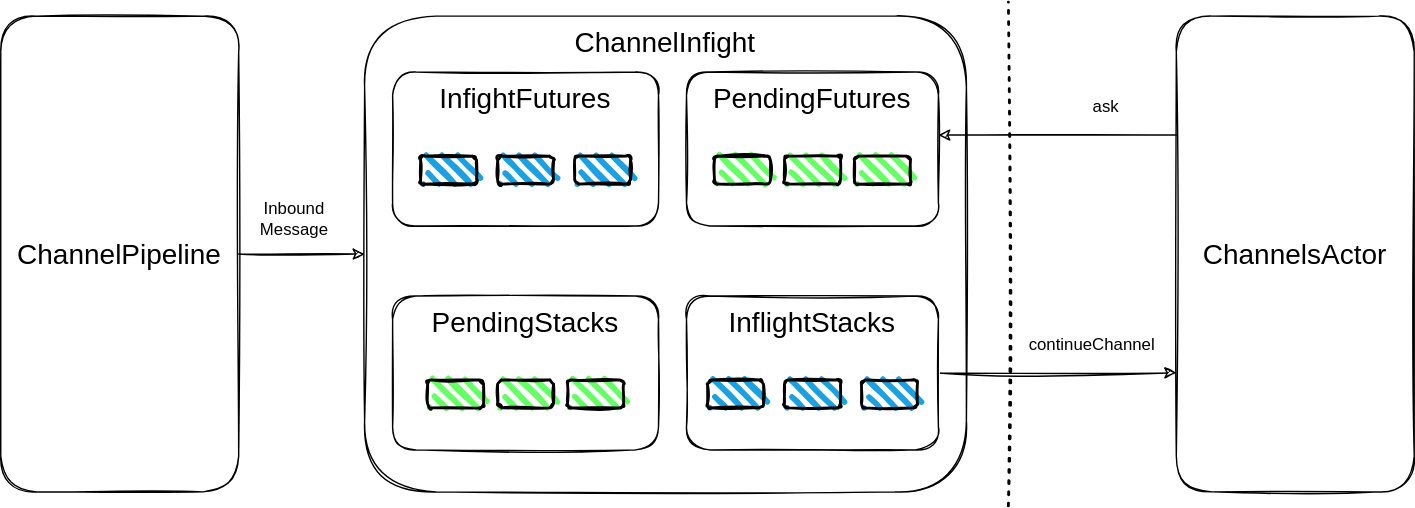
This is docs/_assets/images/channel_inflight.drawio.svg from otavia-projects/otavia, a draw.io export, as it was before one commit. Source tidied: cells renumbered, new cells last; positions are measured from the earlier drawing's top-left corner, leaving out a move shared by most shapes.
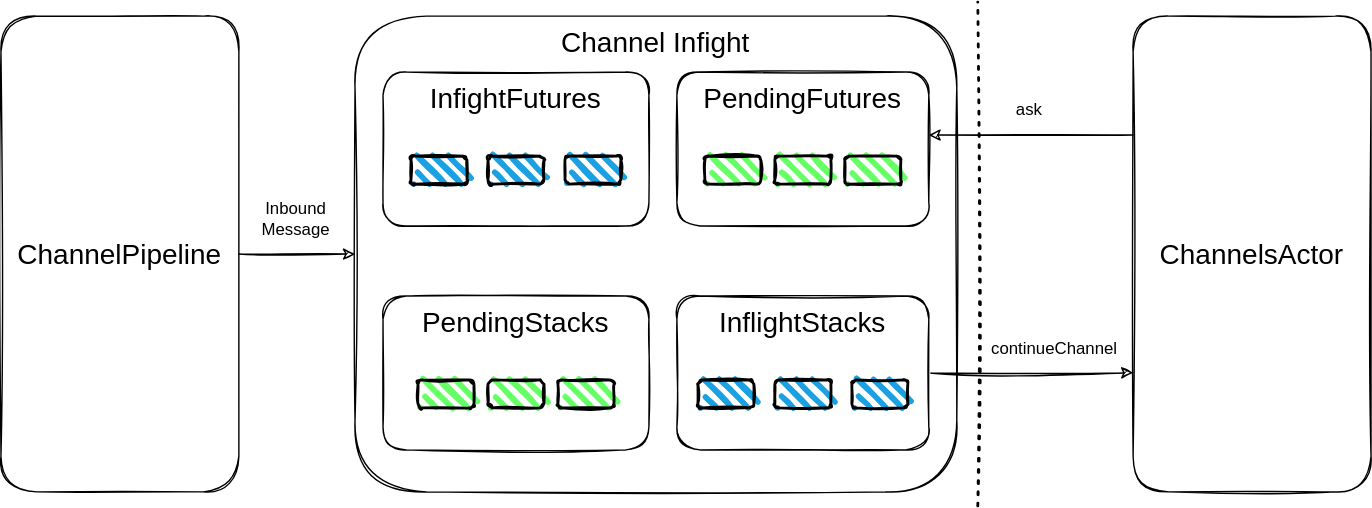
The same file after the commit.

The edit, as a diff of the source:
```diff
@@ -6,9 +6,9 @@
       <mxGeometry relative="1" as="geometry" />
     </mxCell>
     <mxCell id="3" value="&lt;font style=&quot;font-size: 20px&quot;&gt;ChannelPipeline&lt;/font&gt;" style="rounded=1;whiteSpace=wrap;html=1;verticalAlign=middle;sketch=1;" parent="1" vertex="1">
-      <mxGeometry y="10" width="170" height="340" as="geometry" />
+      <mxGeometry x="7" y="10" width="170" height="340" as="geometry" />
     </mxCell>
-    <mxCell id="4" value="&lt;font style=&quot;font-size: 20px&quot;&gt;ChannelInfight&lt;/font&gt;" style="rounded=1;whiteSpace=wrap;html=1;verticalAlign=top;sketch=1;" parent="1" vertex="1">
+    <mxCell id="4" value="&lt;font style=&quot;font-size: 20px&quot;&gt;Channel Infight&lt;/font&gt;" style="rounded=1;whiteSpace=wrap;html=1;verticalAlign=top;sketch=1;" parent="1" vertex="1">
       <mxGeometry x="260" y="10" width="430" height="340" as="geometry" />
     </mxCell>
     <mxCell id="5" value="&lt;font style=&quot;font-size: 20px&quot;&gt;InfightFutures&lt;/font&gt;" style="rounded=1;whiteSpace=wrap;html=1;verticalAlign=top;sketch=1;" parent="1" vertex="1">
@@ -27,7 +27,7 @@
       <mxGeometry x="490" y="210" width="180" height="110" as="geometry" />
     </mxCell>
     <mxCell id="10" value="Inbound Message" style="text;html=1;strokeColor=none;fillColor=none;align=center;verticalAlign=middle;whiteSpace=wrap;rounded=0;sketch=1;" parent="1" vertex="1">
-      <mxGeometry x="180" y="140" width="60" height="30" as="geometry" />
+      <mxGeometry x="188" y="140" width="60" height="30" as="geometry" />
     </mxCell>
     <mxCell id="11" style="rounded=1;whiteSpace=wrap;html=1;strokeWidth=2;fillWeight=4;hachureGap=8;hachureAngle=45;fillColor=#1ba1e2;sketch=1;" parent="1" vertex="1">
       <mxGeometry x="300" y="110" width="40" height="20" as="geometry" />
@@ -67,21 +67,21 @@
     </mxCell>
     <mxCell id="23" style="endArrow=none;dashed=1;html=1;dashPattern=1 3;strokeWidth=2;rounded=0;sketch=1;" parent="1" edge="1">
       <mxGeometry relative="1" as="geometry">
-        <mxPoint x="720" y="360" as="sourcePoint" />
-        <mxPoint x="720" as="targetPoint" />
+        <mxPoint x="705" y="360" as="sourcePoint" />
+        <mxPoint x="705" as="targetPoint" />
       </mxGeometry>
     </mxCell>
     <mxCell id="24" style="edgeStyle=orthogonalEdgeStyle;rounded=0;jettySize=auto;html=1;exitX=0;exitY=0.25;exitDx=0;exitDy=0;entryX=1;entryY=0.409;entryDx=0;entryDy=0;entryPerimeter=0;sketch=1;" parent="1" edge="1" source="25" target="6">
       <mxGeometry relative="1" as="geometry" />
     </mxCell>
     <mxCell id="25" value="&lt;span style=&quot;font-size: 20px;&quot;&gt;ChannelsActor&lt;/span&gt;" style="rounded=1;whiteSpace=wrap;html=1;verticalAlign=middle;sketch=1;" parent="1" vertex="1">
-      <mxGeometry x="840" y="10" width="170" height="340" as="geometry" />
+      <mxGeometry x="816" y="10" width="170" height="340" as="geometry" />
     </mxCell>
     <mxCell id="26" value="ask" style="text;html=1;strokeColor=none;fillColor=none;align=center;verticalAlign=middle;whiteSpace=wrap;rounded=0;sketch=1;" parent="1" vertex="1">
-      <mxGeometry x="760" y="60" width="60" height="30" as="geometry" />
+      <mxGeometry x="712" y="62" width="60" height="30" as="geometry" />
     </mxCell>
     <mxCell id="27" value="continueChannel" style="text;html=1;strokeColor=none;fillColor=none;align=center;verticalAlign=middle;whiteSpace=wrap;rounded=0;sketch=1;" parent="1" vertex="1">
-      <mxGeometry x="750" y="230" width="60" height="30" as="geometry" />
+      <mxGeometry x="730" y="233" width="60" height="30" as="geometry" />
     </mxCell>
   </root>
 </mxGraphModel>
```
